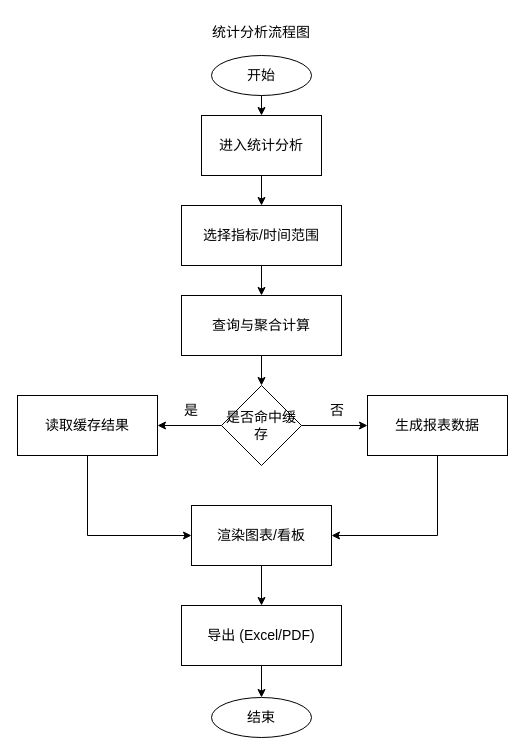
Above: page "统计分析流程图" (4 of 22) of 汽车管理系统位图.drawio in Corkedmzx/-airport-vehicle-system (draw.io), before the change. Source tidied: cells renumbered, new cells numbered last; positions are measured from the earlier drawing's top-left corner, leaving out a move shared by most shapes. Both pictures are drawn from the tidied source at 100%, with x=0, y=0 at pixel (17, 17).
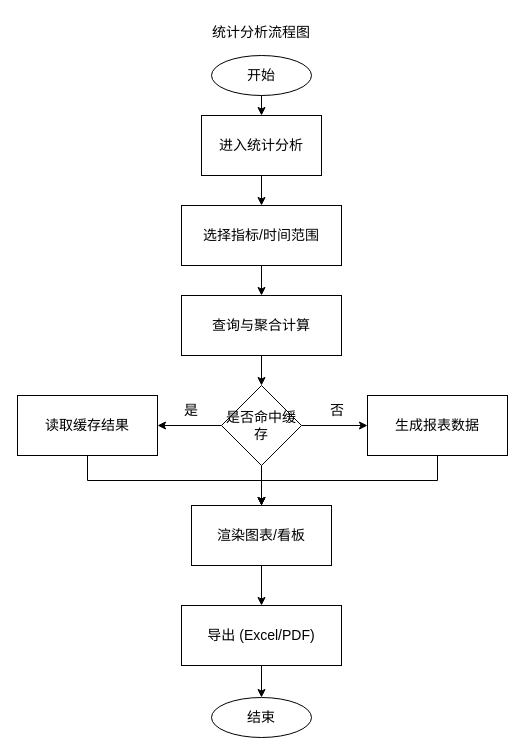
After the change.

Unchanged cells that the change refers to:
```xml
<mxCell id="12" value="是否命中缓存" style="rhombus;whiteSpace=wrap;html=1;fontSize=14;" parent="1" vertex="1">
  <mxGeometry x="204" y="368" width="80" height="80" as="geometry" />
</mxCell>
<mxCell id="14" value="读取缓存结果" style="rounded=0;whiteSpace=wrap;html=1;fontSize=14;" parent="1" vertex="1">
  <mxGeometry y="378" width="140" height="60" as="geometry" />
</mxCell>
<mxCell id="16" value="生成报表数据" style="rounded=0;whiteSpace=wrap;html=1;fontSize=14;" parent="1" vertex="1">
  <mxGeometry x="350" y="378" width="140" height="60" as="geometry" />
</mxCell>
<mxCell id="17" value="渲染图表/看板" style="rounded=0;whiteSpace=wrap;html=1;fontSize=14;" parent="1" vertex="1">
  <mxGeometry x="174" y="488" width="140" height="60" as="geometry" />
</mxCell>
```

Change to the diagram source:
```diff
@@
+    <mxCell id="25" style="edgeStyle=orthogonalEdgeStyle;rounded=0;jettySize=auto;html=1;exitX=0.5;exitY=1;exitDx=0;exitDy=0;entryX=0.5;entryY=0;entryDx=0;entryDy=0;" parent="1" edge="1" source="12" target="17">
+      <mxGeometry relative="1" as="geometry" />
+    </mxCell>
@@
-    <mxCell id="13" style="edgeStyle=orthogonalEdgeStyle;rounded=0;jettySize=auto;html=1;exitX=0.5;exitY=1;exitDx=0;exitDy=0;entryX=0;entryY=0.5;entryDx=0;entryDy=0;" parent="1" edge="1" source="14" target="17">
+    <mxCell id="13" style="edgeStyle=orthogonalEdgeStyle;rounded=0;jettySize=auto;html=1;exitX=0.5;exitY=1;exitDx=0;exitDy=0;entryX=0.5;entryY=0;entryDx=0;entryDy=0;" parent="1" edge="1" source="14" target="17">
       <mxGeometry relative="1" as="geometry" />
     </mxCell>
@@
-    <mxCell id="15" style="edgeStyle=orthogonalEdgeStyle;rounded=0;jettySize=auto;html=1;exitX=0.5;exitY=1;exitDx=0;exitDy=0;entryX=1;entryY=0.5;entryDx=0;entryDy=0;" parent="1" edge="1" source="16" target="17">
+    <mxCell id="15" style="edgeStyle=orthogonalEdgeStyle;rounded=0;jettySize=auto;html=1;exitX=0.5;exitY=1;exitDx=0;exitDy=0;entryX=0.5;entryY=0;entryDx=0;entryDy=0;" parent="1" edge="1" source="16" target="17">
       <mxGeometry relative="1" as="geometry" />
     </mxCell>
```
